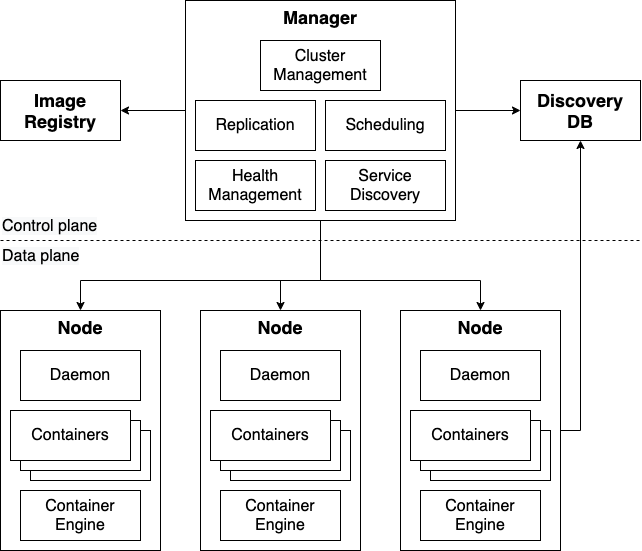
This is assets/container-orchestrator.png from kgb1001001/cloudadoptionpatterns, a draw.io export, as it was before one commit. Source tidied: cells renumbered, new cells last; positions are measured from the earlier drawing's top-left corner, leaving out a move shared by most shapes.
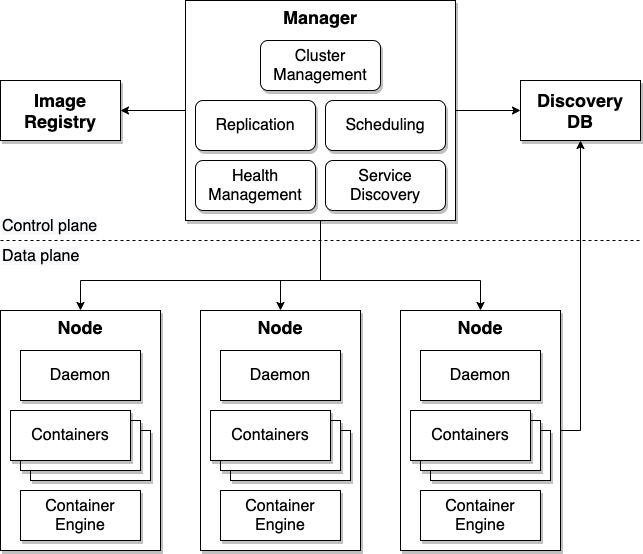
The same diagram one commit later.

The edit, as a diff of the source:
```diff
@@ -16,19 +16,19 @@
     <mxCell id="4" style="group;" parent="1" vertex="1">
       <mxGeometry x="400" y="310" width="160" height="240" as="geometry" />
     </mxCell>
-    <mxCell id="5" value="&lt;font style=&quot;font-size: 18px&quot;&gt;&lt;b&gt;Node&lt;/b&gt;&lt;/font&gt;" style="rounded=0;whiteSpace=wrap;html=1;verticalAlign=top;" parent="4" vertex="1">
+    <mxCell id="5" value="&lt;font style=&quot;font-size: 18px&quot;&gt;&lt;b&gt;Node&lt;/b&gt;&lt;/font&gt;" style="rounded=0;whiteSpace=wrap;html=1;verticalAlign=top;shadow=1;" parent="4" vertex="1">
       <mxGeometry width="160" height="240" as="geometry" />
     </mxCell>
-    <mxCell id="6" value="&lt;font style=&quot;font-size: 16px&quot;&gt;Containers&lt;/font&gt;" style="rounded=0;whiteSpace=wrap;html=1;" parent="4" vertex="1">
+    <mxCell id="6" value="&lt;font style=&quot;font-size: 16px&quot;&gt;Containers&lt;/font&gt;" style="rounded=0;whiteSpace=wrap;html=1;shadow=1;" parent="4" vertex="1">
       <mxGeometry x="30" y="120" width="120" height="50" as="geometry" />
     </mxCell>
-    <mxCell id="7" value="&lt;font style=&quot;font-size: 16px&quot;&gt;Containers&lt;/font&gt;" style="rounded=0;whiteSpace=wrap;html=1;" parent="4" vertex="1">
+    <mxCell id="7" value="&lt;font style=&quot;font-size: 16px&quot;&gt;Containers&lt;/font&gt;" style="rounded=0;whiteSpace=wrap;html=1;shadow=1;" parent="4" vertex="1">
       <mxGeometry x="20" y="110" width="120" height="50" as="geometry" />
     </mxCell>
-    <mxCell id="8" value="&lt;font style=&quot;font-size: 16px&quot;&gt;Containers&lt;/font&gt;" style="rounded=0;whiteSpace=wrap;html=1;" parent="4" vertex="1">
+    <mxCell id="8" value="&lt;font style=&quot;font-size: 16px&quot;&gt;Containers&lt;/font&gt;" style="rounded=0;whiteSpace=wrap;html=1;shadow=1;" parent="4" vertex="1">
       <mxGeometry x="10" y="100" width="120" height="50" as="geometry" />
     </mxCell>
-    <mxCell id="9" value="&lt;font style=&quot;font-size: 16px&quot;&gt;Daemon&lt;/font&gt;" style="rounded=0;whiteSpace=wrap;html=1;" parent="4" vertex="1">
+    <mxCell id="9" value="&lt;font style=&quot;font-size: 16px&quot;&gt;Daemon&lt;/font&gt;" style="rounded=0;whiteSpace=wrap;html=1;shadow=1;" parent="4" vertex="1">
       <mxGeometry x="20" y="40" width="120" height="50" as="geometry" />
     </mxCell>
     <mxCell id="10" style="edgeStyle=orthogonalEdgeStyle;rounded=0;orthogonalLoop=1;jettySize=auto;html=1;exitX=0.5;exitY=1;exitDx=0;exitDy=0;" parent="4" edge="1">
@@ -37,7 +37,7 @@
         <mxPoint x="80" y="180" as="targetPoint" />
       </mxGeometry>
     </mxCell>
-    <mxCell id="11" value="&lt;font style=&quot;font-size: 16px&quot;&gt;Container Engine&lt;/font&gt;" style="rounded=0;whiteSpace=wrap;html=1;" parent="4" vertex="1">
+    <mxCell id="11" value="&lt;font style=&quot;font-size: 16px&quot;&gt;Container Engine&lt;/font&gt;" style="rounded=0;whiteSpace=wrap;html=1;shadow=1;" parent="4" vertex="1">
       <mxGeometry x="20" y="180" width="120" height="50" as="geometry" />
     </mxCell>
     <mxCell id="12" style="edgeStyle=orthogonalEdgeStyle;rounded=0;jettySize=auto;html=1;entryX=0.5;entryY=0;entryDx=0;entryDy=0;exitX=0.5;exitY=1;exitDx=0;exitDy=0;" parent="1" edge="1" source="38" target="30">
@@ -56,10 +56,10 @@
         </Array>
       </mxGeometry>
     </mxCell>
-    <mxCell id="14" value="&lt;font style=&quot;font-size: 18px&quot;&gt;&lt;b&gt;Image Registry&lt;/b&gt;&lt;/font&gt;" style="rounded=0;whiteSpace=wrap;html=1;verticalAlign=middle;" parent="1" vertex="1">
+    <mxCell id="14" value="&lt;font style=&quot;font-size: 18px&quot;&gt;&lt;b&gt;Image Registry&lt;/b&gt;&lt;/font&gt;" style="rounded=0;whiteSpace=wrap;html=1;verticalAlign=middle;shadow=1;" parent="1" vertex="1">
       <mxGeometry y="80" width="120" height="60" as="geometry" />
     </mxCell>
-    <mxCell id="15" value="&lt;font style=&quot;font-size: 18px&quot;&gt;&lt;b&gt;Discovery DB&lt;/b&gt;&lt;/font&gt;" style="rounded=0;whiteSpace=wrap;html=1;verticalAlign=middle;spacingLeft=0;spacingBottom=0;spacing=3;" parent="1" vertex="1">
+    <mxCell id="15" value="&lt;font style=&quot;font-size: 18px&quot;&gt;&lt;b&gt;Discovery DB&lt;/b&gt;&lt;/font&gt;" style="rounded=0;whiteSpace=wrap;html=1;verticalAlign=middle;spacingLeft=0;spacingBottom=0;spacing=3;shadow=1;" parent="1" vertex="1">
       <mxGeometry x="520" y="80" width="120" height="60" as="geometry" />
     </mxCell>
     <mxCell id="16" style="edgeStyle=orthogonalEdgeStyle;rounded=0;jettySize=auto;html=1;entryX=0;entryY=0.5;entryDx=0;entryDy=0;exitX=1;exitY=0.5;exitDx=0;exitDy=0;" parent="1" edge="1" source="38" target="15">
@@ -80,79 +80,79 @@
     <mxCell id="20" value="&lt;span style=&quot;color: rgb(0 , 0 , 0) ; font-family: &amp;#34;helvetica&amp;#34; ; font-size: 16px ; font-style: normal ; font-weight: 400 ; letter-spacing: normal ; text-align: center ; text-indent: 0px ; text-transform: none ; word-spacing: 0px ; background-color: rgb(248 , 249 , 250) ; display: inline ; float: none&quot;&gt;Data plane&lt;/span&gt;" style="text;whiteSpace=wrap;html=1;" parent="1" vertex="1">
       <mxGeometry y="240" width="120" height="30" as="geometry" />
     </mxCell>
-    <mxCell id="21" style="group;" parent="1" vertex="1">
+    <mxCell id="21" style="group;shadow=1;" parent="1" vertex="1">
       <mxGeometry x="200" y="310" width="160" height="240" as="geometry" />
     </mxCell>
-    <mxCell id="22" value="&lt;font style=&quot;font-size: 18px&quot;&gt;&lt;b&gt;Node&lt;/b&gt;&lt;/font&gt;" style="rounded=0;whiteSpace=wrap;html=1;verticalAlign=top;" parent="21" vertex="1">
+    <mxCell id="22" value="&lt;font style=&quot;font-size: 18px&quot;&gt;&lt;b&gt;Node&lt;/b&gt;&lt;/font&gt;" style="rounded=0;whiteSpace=wrap;html=1;verticalAlign=top;shadow=1;" parent="21" vertex="1">
       <mxGeometry width="160" height="240" as="geometry" />
     </mxCell>
-    <mxCell id="23" value="&lt;font style=&quot;font-size: 16px&quot;&gt;Containers&lt;/font&gt;" style="rounded=0;whiteSpace=wrap;html=1;" parent="21" vertex="1">
+    <mxCell id="23" value="&lt;font style=&quot;font-size: 16px&quot;&gt;Containers&lt;/font&gt;" style="rounded=0;whiteSpace=wrap;html=1;shadow=1;" parent="21" vertex="1">
       <mxGeometry x="30" y="120" width="120" height="50" as="geometry" />
     </mxCell>
-    <mxCell id="24" value="&lt;font style=&quot;font-size: 16px&quot;&gt;Containers&lt;/font&gt;" style="rounded=0;whiteSpace=wrap;html=1;" parent="21" vertex="1">
+    <mxCell id="24" value="&lt;font style=&quot;font-size: 16px&quot;&gt;Containers&lt;/font&gt;" style="rounded=0;whiteSpace=wrap;html=1;shadow=1;" parent="21" vertex="1">
       <mxGeometry x="20" y="110" width="120" height="50" as="geometry" />
     </mxCell>
-    <mxCell id="25" value="&lt;font style=&quot;font-size: 16px&quot;&gt;Containers&lt;/font&gt;" style="rounded=0;whiteSpace=wrap;html=1;" parent="21" vertex="1">
+    <mxCell id="25" value="&lt;font style=&quot;font-size: 16px&quot;&gt;Containers&lt;/font&gt;" style="rounded=0;whiteSpace=wrap;html=1;shadow=1;" parent="21" vertex="1">
       <mxGeometry x="10" y="100" width="120" height="50" as="geometry" />
     </mxCell>
-    <mxCell id="26" value="&lt;font style=&quot;font-size: 16px&quot;&gt;Daemon&lt;/font&gt;" style="rounded=0;whiteSpace=wrap;html=1;" parent="21" vertex="1">
+    <mxCell id="26" value="&lt;font style=&quot;font-size: 16px&quot;&gt;Daemon&lt;/font&gt;" style="rounded=0;whiteSpace=wrap;html=1;shadow=1;" parent="21" vertex="1">
       <mxGeometry x="20" y="40" width="120" height="50" as="geometry" />
     </mxCell>
-    <mxCell id="27" style="edgeStyle=orthogonalEdgeStyle;rounded=0;orthogonalLoop=1;jettySize=auto;html=1;exitX=0.5;exitY=1;exitDx=0;exitDy=0;" parent="21" edge="1">
+    <mxCell id="27" style="edgeStyle=orthogonalEdgeStyle;rounded=0;orthogonalLoop=1;jettySize=auto;html=1;exitX=0.5;exitY=1;exitDx=0;exitDy=0;shadow=1;" parent="21" edge="1">
       <mxGeometry relative="1" as="geometry">
         <mxPoint x="80" y="180" as="sourcePoint" />
         <mxPoint x="80" y="180" as="targetPoint" />
       </mxGeometry>
     </mxCell>
-    <mxCell id="28" value="&lt;font style=&quot;font-size: 16px&quot;&gt;Container Engine&lt;/font&gt;" style="rounded=0;whiteSpace=wrap;html=1;" parent="21" vertex="1">
+    <mxCell id="28" value="&lt;font style=&quot;font-size: 16px&quot;&gt;Container Engine&lt;/font&gt;" style="rounded=0;whiteSpace=wrap;html=1;shadow=1;" parent="21" vertex="1">
       <mxGeometry x="20" y="180" width="120" height="50" as="geometry" />
     </mxCell>
-    <mxCell id="29" style="group;" parent="1" vertex="1">
+    <mxCell id="29" style="group;shadow=1;" parent="1" vertex="1">
       <mxGeometry y="310" width="160" height="240" as="geometry" />
     </mxCell>
-    <mxCell id="30" value="&lt;font style=&quot;font-size: 18px&quot;&gt;&lt;b&gt;Node&lt;/b&gt;&lt;/font&gt;" style="rounded=0;whiteSpace=wrap;html=1;verticalAlign=top;" parent="29" vertex="1">
+    <mxCell id="30" value="&lt;font style=&quot;font-size: 18px&quot;&gt;&lt;b&gt;Node&lt;/b&gt;&lt;/font&gt;" style="rounded=0;whiteSpace=wrap;html=1;verticalAlign=top;shadow=1;" parent="29" vertex="1">
       <mxGeometry width="160" height="240" as="geometry" />
     </mxCell>
-    <mxCell id="31" value="&lt;font style=&quot;font-size: 16px&quot;&gt;Containers&lt;/font&gt;" style="rounded=0;whiteSpace=wrap;html=1;" parent="29" vertex="1">
+    <mxCell id="31" value="&lt;font style=&quot;font-size: 16px&quot;&gt;Containers&lt;/font&gt;" style="rounded=0;whiteSpace=wrap;html=1;shadow=1;" parent="29" vertex="1">
       <mxGeometry x="30" y="120" width="120" height="50" as="geometry" />
     </mxCell>
-    <mxCell id="32" value="&lt;font style=&quot;font-size: 16px&quot;&gt;Containers&lt;/font&gt;" style="rounded=0;whiteSpace=wrap;html=1;" parent="29" vertex="1">
+    <mxCell id="32" value="&lt;font style=&quot;font-size: 16px&quot;&gt;Containers&lt;/font&gt;" style="rounded=0;whiteSpace=wrap;html=1;shadow=1;" parent="29" vertex="1">
       <mxGeometry x="20" y="110" width="120" height="50" as="geometry" />
     </mxCell>
-    <mxCell id="33" value="&lt;font style=&quot;font-size: 16px&quot;&gt;Containers&lt;/font&gt;" style="rounded=0;whiteSpace=wrap;html=1;" parent="29" vertex="1">
+    <mxCell id="33" value="&lt;font style=&quot;font-size: 16px&quot;&gt;Containers&lt;/font&gt;" style="rounded=0;whiteSpace=wrap;html=1;shadow=1;" parent="29" vertex="1">
       <mxGeometry x="10" y="100" width="120" height="50" as="geometry" />
     </mxCell>
-    <mxCell id="34" value="&lt;font style=&quot;font-size: 16px&quot;&gt;Daemon&lt;/font&gt;" style="rounded=0;whiteSpace=wrap;html=1;" parent="29" vertex="1">
+    <mxCell id="34" value="&lt;font style=&quot;font-size: 16px&quot;&gt;Daemon&lt;/font&gt;" style="rounded=0;whiteSpace=wrap;html=1;shadow=1;" parent="29" vertex="1">
       <mxGeometry x="20" y="40" width="120" height="50" as="geometry" />
     </mxCell>
-    <mxCell id="35" style="edgeStyle=orthogonalEdgeStyle;rounded=0;orthogonalLoop=1;jettySize=auto;html=1;exitX=0.5;exitY=1;exitDx=0;exitDy=0;" parent="29" edge="1">
+    <mxCell id="35" style="edgeStyle=orthogonalEdgeStyle;rounded=0;orthogonalLoop=1;jettySize=auto;html=1;exitX=0.5;exitY=1;exitDx=0;exitDy=0;shadow=1;" parent="29" edge="1">
       <mxGeometry relative="1" as="geometry">
         <mxPoint x="80" y="180" as="sourcePoint" />
         <mxPoint x="80" y="180" as="targetPoint" />
       </mxGeometry>
     </mxCell>
-    <mxCell id="36" value="&lt;font style=&quot;font-size: 16px&quot;&gt;Container Engine&lt;/font&gt;" style="rounded=0;whiteSpace=wrap;html=1;" parent="29" vertex="1">
+    <mxCell id="36" value="&lt;font style=&quot;font-size: 16px&quot;&gt;Container Engine&lt;/font&gt;" style="rounded=0;whiteSpace=wrap;html=1;shadow=1;" parent="29" vertex="1">
       <mxGeometry x="20" y="180" width="120" height="50" as="geometry" />
     </mxCell>
-    <mxCell id="37" style="group;" parent="1" vertex="1">
+    <mxCell id="37" style="group;shadow=0;" parent="1" vertex="1">
       <mxGeometry x="185" width="270" height="220" as="geometry" />
     </mxCell>
-    <mxCell id="38" value="&lt;font style=&quot;font-size: 18px&quot;&gt;&lt;b&gt;Manager&lt;/b&gt;&lt;/font&gt;" style="rounded=0;whiteSpace=wrap;html=1;verticalAlign=top;" parent="37" vertex="1">
+    <mxCell id="38" value="&lt;font style=&quot;font-size: 18px&quot;&gt;&lt;b&gt;Manager&lt;/b&gt;&lt;/font&gt;" style="rounded=0;whiteSpace=wrap;html=1;verticalAlign=top;shadow=1;" parent="37" vertex="1">
       <mxGeometry width="270" height="220" as="geometry" />
     </mxCell>
-    <mxCell id="39" value="&lt;span style=&quot;font-size: 16px&quot;&gt;Replication&lt;/span&gt;" style="rounded=0;whiteSpace=wrap;html=1;" parent="37" vertex="1">
+    <mxCell id="39" value="&lt;span style=&quot;font-size: 16px&quot;&gt;Replication&lt;/span&gt;" style="rounded=1;whiteSpace=wrap;html=1;shadow=1;" parent="37" vertex="1">
       <mxGeometry x="10" y="100" width="120" height="50" as="geometry" />
     </mxCell>
-    <mxCell id="40" value="&lt;span style=&quot;font-family: &amp;#34;helvetica&amp;#34; ; font-size: 16px&quot;&gt;Scheduling&lt;/span&gt;" style="rounded=0;whiteSpace=wrap;html=1;" parent="37" vertex="1">
+    <mxCell id="40" value="&lt;span style=&quot;font-family: &amp;#34;helvetica&amp;#34; ; font-size: 16px&quot;&gt;Scheduling&lt;/span&gt;" style="rounded=1;whiteSpace=wrap;html=1;shadow=1;" parent="37" vertex="1">
       <mxGeometry x="140" y="100" width="120" height="50" as="geometry" />
     </mxCell>
-    <mxCell id="41" value="&lt;span style=&quot;font-size: 16px&quot;&gt;Service Discovery&lt;/span&gt;" style="rounded=0;whiteSpace=wrap;html=1;spacingLeft=0;spacingBottom=0;spacingRight=0;spacing=3;" parent="37" vertex="1">
+    <mxCell id="41" value="&lt;span style=&quot;font-size: 16px&quot;&gt;Service Discovery&lt;/span&gt;" style="rounded=1;whiteSpace=wrap;html=1;spacingLeft=0;spacingBottom=0;spacingRight=0;spacing=3;shadow=1;" parent="37" vertex="1">
       <mxGeometry x="140" y="160" width="120" height="50" as="geometry" />
     </mxCell>
-    <mxCell id="42" value="&lt;span style=&quot;font-size: 16px&quot;&gt;Health Management&lt;/span&gt;" style="rounded=0;whiteSpace=wrap;html=1;spacingLeft=0;spacingBottom=0;spacingRight=0;spacing=3;" parent="37" vertex="1">
+    <mxCell id="42" value="&lt;span style=&quot;font-size: 16px&quot;&gt;Health Management&lt;/span&gt;" style="rounded=1;whiteSpace=wrap;html=1;spacingLeft=0;spacingBottom=0;spacingRight=0;spacing=3;shadow=1;" parent="37" vertex="1">
       <mxGeometry x="10" y="160" width="120" height="50" as="geometry" />
     </mxCell>
-    <mxCell id="43" value="&lt;span style=&quot;font-size: 16px&quot;&gt;Cluster Management&lt;/span&gt;" style="rounded=0;whiteSpace=wrap;html=1;" parent="37" vertex="1">
+    <mxCell id="43" value="&lt;span style=&quot;font-size: 16px&quot;&gt;Cluster Management&lt;/span&gt;" style="rounded=1;whiteSpace=wrap;html=1;shadow=1;" parent="37" vertex="1">
       <mxGeometry x="75" y="40" width="120" height="50" as="geometry" />
     </mxCell>
   </root>
```
